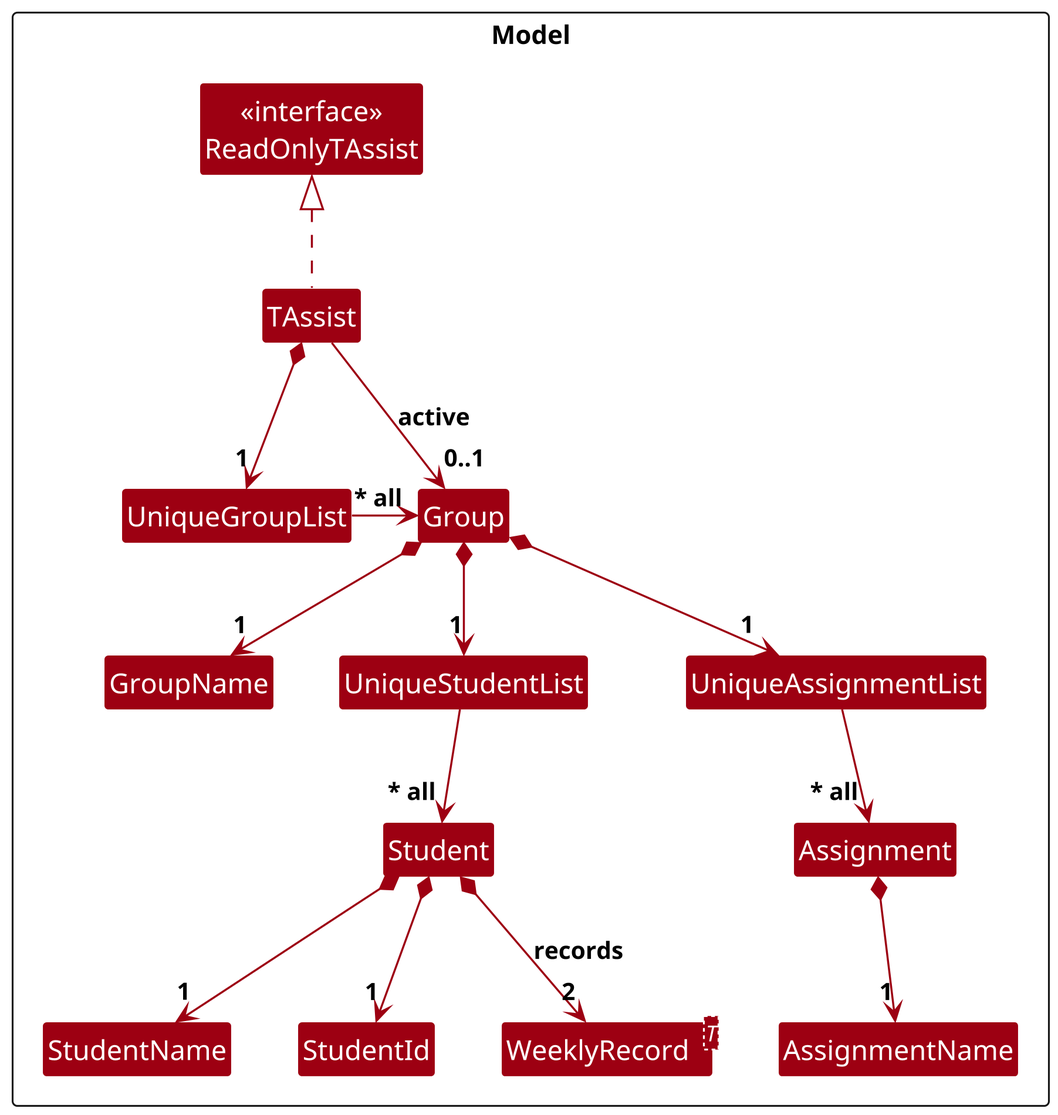
Earlier version of the PlantUML export docs/images/TAssistModelClassDiagram.png (AY2627S1-CS2103T-T12-4/tp).
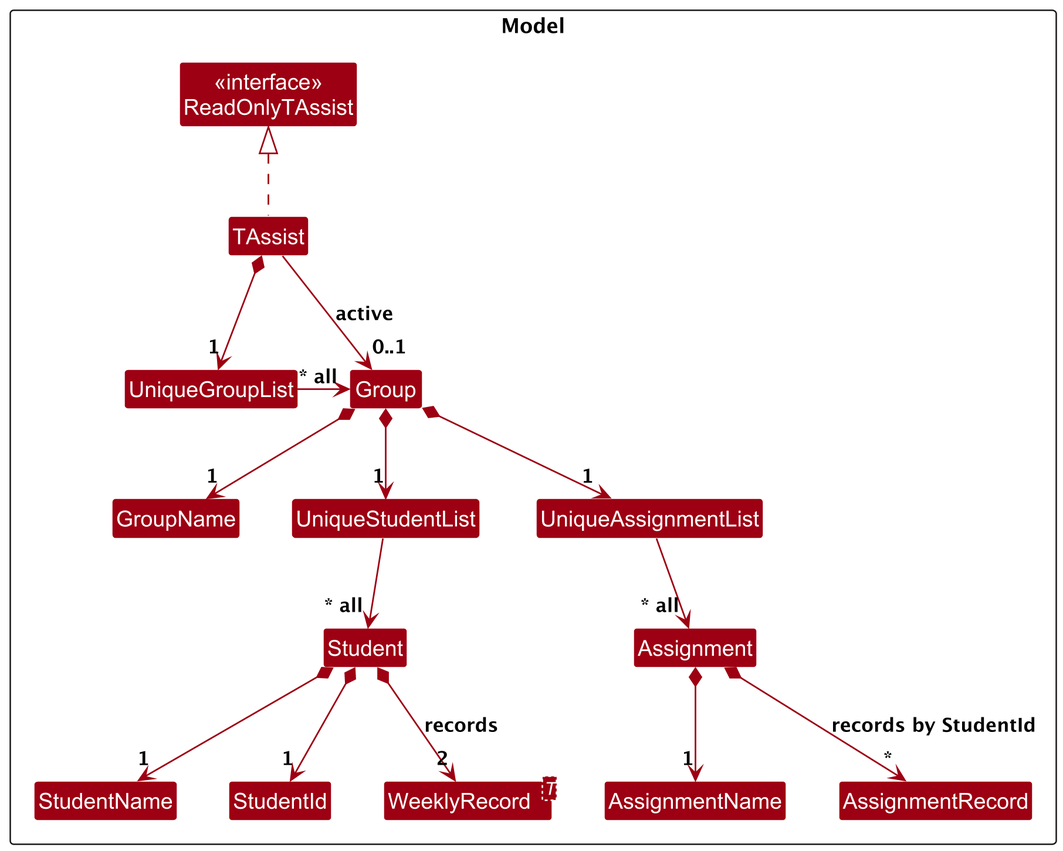
The same file after the commit.

Commit message:
Update DG for assignment records and group export

Change to the diagram source:
```diff
@@ -1,5 +1,5 @@
 @startuml
-skinparamlocked dpi 300
+skinparamlocked dpi 240
 !include style.puml
 skinparam arrowThickness 1.1
 skinparam arrowColor MODEL_COLOR
@@ -18,6 +18,7 @@
 Class UniqueAssignmentList
 Class Assignment
 Class AssignmentName
+Class AssignmentRecord
 Class "WeeklyRecord<T>" as WeeklyRecord
 }
 
@@ -31,6 +32,7 @@
 UniqueStudentList --> "~* all" Student
 UniqueAssignmentList --> "~* all" Assignment
 Assignment *--> "1" AssignmentName
+Assignment *--> "*" AssignmentRecord : records by StudentId
 Student *--> "1" StudentName
 Student *--> "1" StudentId
 Student *--> "2" WeeklyRecord : records
```
